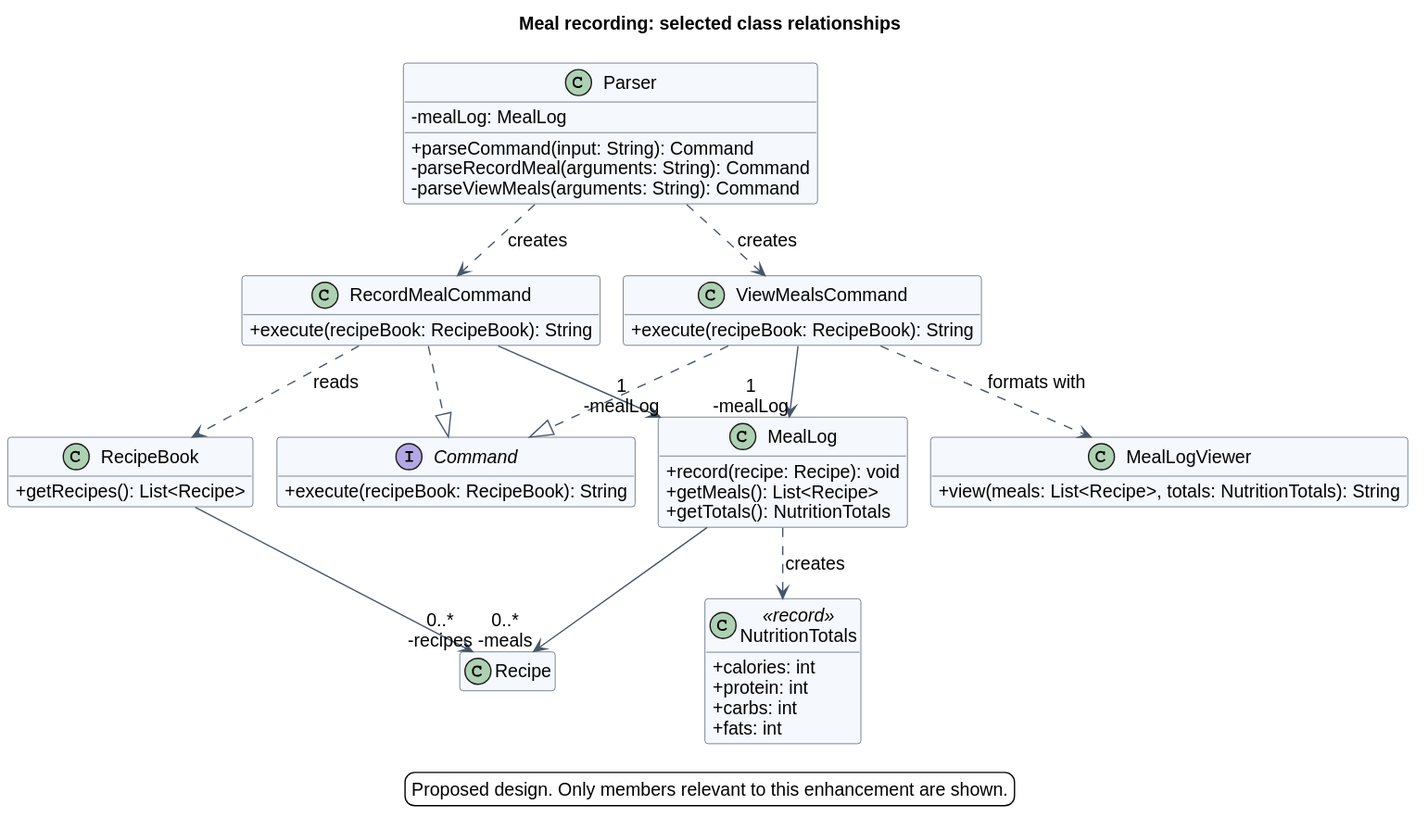
The PlantUML diagram docs/images/record-meal/classes.svg in AY2627S1-CS2113-W13-4/tp, before a commit. Its diagram source:
```plantuml
@startuml
!pragma layout smetana
!include style.iuml
title Meal recording: selected class relationships
top to bottom direction
skinparam nodesep 50
skinparam ranksep 75
hide empty members

class Parser {
  - mealLog: MealLog
  + parseCommand(input: String): Command
  - parseRecordMeal(arguments: String): Command
  - parseViewMeals(arguments: String): Command
}
interface Command {
  + execute(recipeBook: RecipeBook): String
}
class RecordMealCommand {
  + execute(recipeBook: RecipeBook): String
}
class ViewMealsCommand {
  + execute(recipeBook: RecipeBook): String
}
class MealLog {
  + record(recipe: Recipe): void
  + getMeals(): List<Recipe>
  + getTotals(): NutritionTotals
}
class NutritionTotals <<record>> {
  + calories: int
  + protein: int
  + carbs: int
  + fats: int
}
class MealLogViewer {
  + view(meals: List<Recipe>, totals: NutritionTotals): String
}
class RecipeBook {
  + getRecipes(): List<Recipe>
}
class Recipe

Parser ..> RecordMealCommand : creates
Parser ..> ViewMealsCommand : creates
RecordMealCommand ..|> Command
ViewMealsCommand ..|> Command
RecordMealCommand --> "1\n-mealLog" MealLog
RecordMealCommand ..> RecipeBook : reads
ViewMealsCommand --> "1\n-mealLog" MealLog
ViewMealsCommand ..> MealLogViewer : formats with
MealLog ..> NutritionTotals : creates
MealLog --> "0..*\n-meals" Recipe
RecipeBook --> "0..*\n-recipes" Recipe

legend bottom
  Proposed design. Only members relevant to this enhancement are shown.
endlegend
@enduml
```
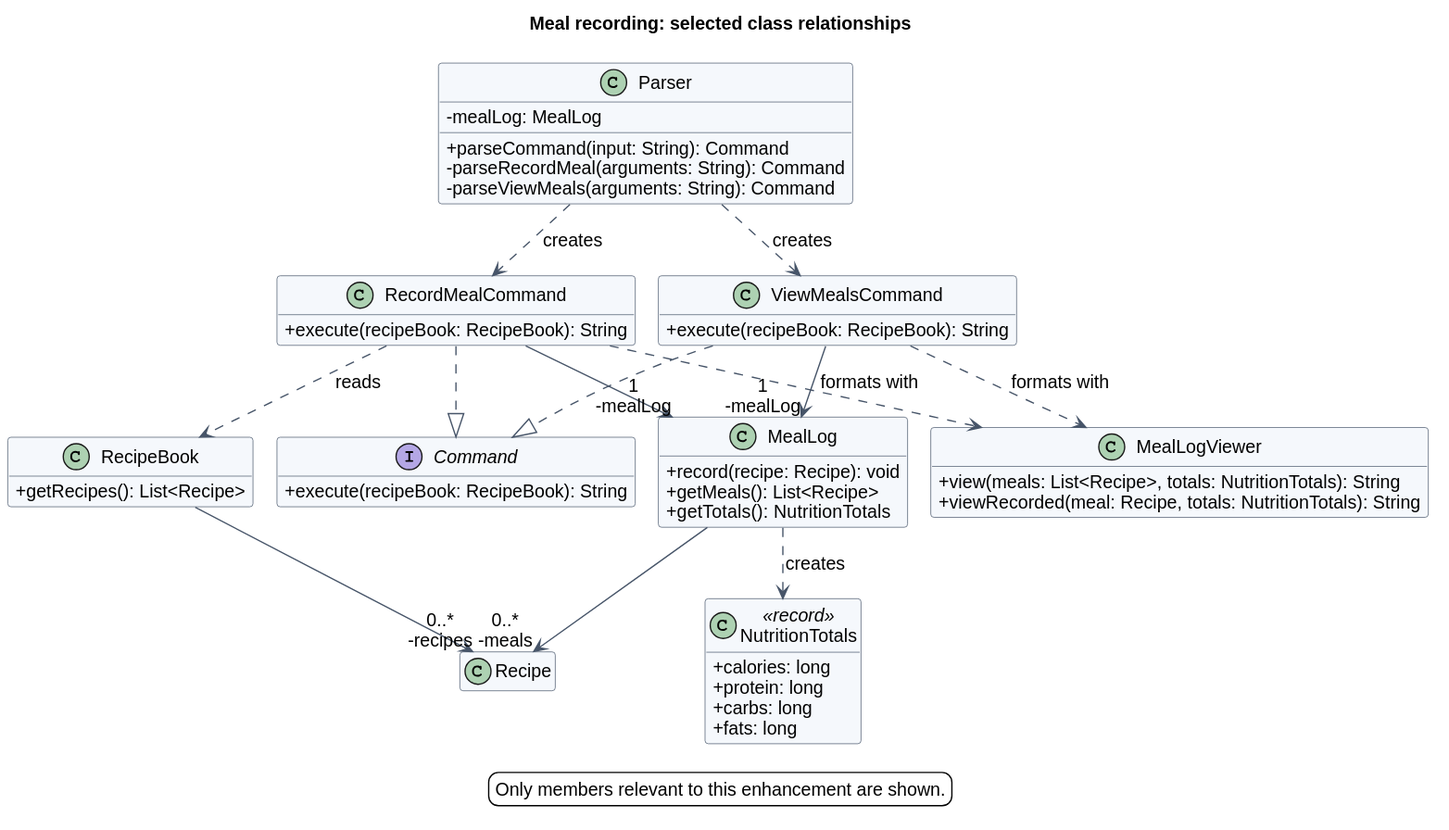
Later version of the same file.

Commit message:
Refine the meal recording design in the Developer Guide

Diff of the diagram source:
```diff
@@ -28,13 +28,14 @@
   + getTotals(): NutritionTotals
 }
 class NutritionTotals <<record>> {
-  + calories: int
-  + protein: int
-  + carbs: int
-  + fats: int
+  + calories: long
+  + protein: long
+  + carbs: long
+  + fats: long
 }
 class MealLogViewer {
   + view(meals: List<Recipe>, totals: NutritionTotals): String
+  + viewRecorded(meal: Recipe, totals: NutritionTotals): String
 }
 class RecipeBook {
   + getRecipes(): List<Recipe>
@@ -47,6 +48,7 @@
 ViewMealsCommand ..|> Command
 RecordMealCommand --> "1\n-mealLog" MealLog
 RecordMealCommand ..> RecipeBook : reads
+RecordMealCommand ..> MealLogViewer : formats with
 ViewMealsCommand --> "1\n-mealLog" MealLog
 ViewMealsCommand ..> MealLogViewer : formats with
 MealLog ..> NutritionTotals : creates
@@ -54,6 +56,6 @@
 RecipeBook --> "0..*\n-recipes" Recipe
 
 legend bottom
-  Proposed design. Only members relevant to this enhancement are shown.
+  Only members relevant to this enhancement are shown.
 endlegend
 @enduml
```
